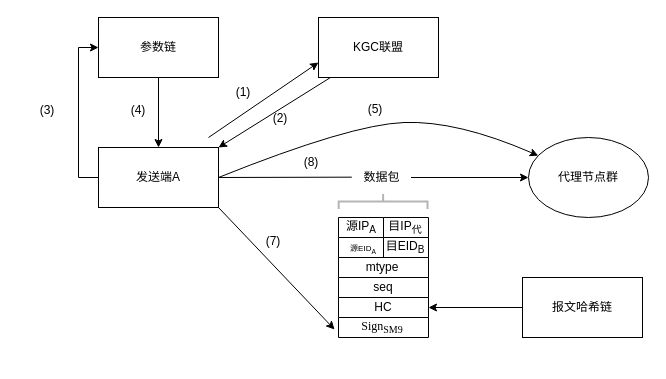
Above: page "Page-1" (1 of 2) of Untitled Diagram.drawio in asdlijinquan/- (draw.io), before the change. Source tidied: cells renumbered, new cells numbered last; positions are measured from the earlier drawing's top-left corner, leaving out a move shared by most shapes. Both pictures are drawn from the tidied source at 100%, with x=0, y=0 at pixel (17, 17).
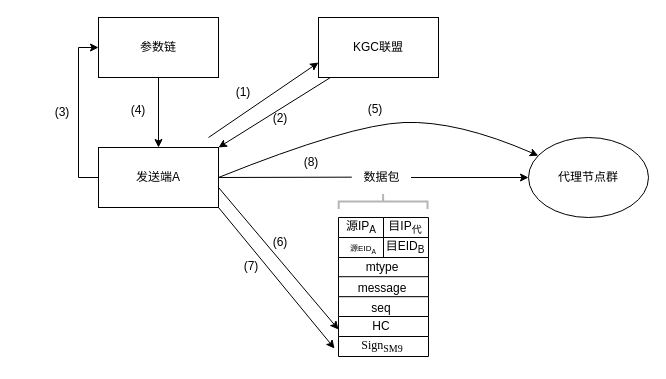
The same diagram, later.

What changed in the source:
```diff
@@
-    <mxCell id="6" style="edgeStyle=orthogonalEdgeStyle;rounded=0;jettySize=auto;html=1;" parent="1" edge="1" source="7" target="22">
-      <mxGeometry relative="1" as="geometry" />
-    </mxCell>
-    <mxCell id="7" value="报文哈希链" style="rounded=0;whiteSpace=wrap;html=1;" parent="1" vertex="1">
-      <mxGeometry x="505" y="260" width="120" height="60" as="geometry" />
-    </mxCell>
@@
     <mxCell id="21" style="verticalLabelPosition=bottom;verticalAlign=top;html=1;shape=mxgraph.basic.rect;fillColor2=none;strokeWidth=1;size=20;indent=5;" parent="1" vertex="1">
-      <mxGeometry x="321" y="260" width="90" height="20" as="geometry" />
+      <mxGeometry x="321" y="279" width="90" height="20" as="geometry" />
     </mxCell>
     <mxCell id="22" style="verticalLabelPosition=bottom;verticalAlign=top;html=1;shape=mxgraph.basic.rect;fillColor2=none;strokeWidth=1;size=20;indent=5;" parent="1" vertex="1">
-      <mxGeometry x="321" y="280" width="90" height="20" as="geometry" />
+      <mxGeometry x="321" y="299" width="90" height="20" as="geometry" />
     </mxCell>
     <mxCell id="23" style="verticalLabelPosition=bottom;verticalAlign=top;html=1;shape=mxgraph.basic.rect;fillColor2=none;strokeWidth=1;size=20;indent=5;" parent="1" vertex="1">
-      <mxGeometry x="321" y="300" width="90" height="20" as="geometry" />
+      <mxGeometry x="321" y="319" width="90" height="20" as="geometry" />
     </mxCell>
@@
     <mxCell id="30" value="seq" style="text;html=1;strokeColor=none;fillColor=none;align=center;verticalAlign=middle;whiteSpace=wrap;rounded=0;" parent="1" vertex="1">
-      <mxGeometry x="336" y="255" width="60" height="30" as="geometry" />
+      <mxGeometry x="334" y="276" width="60" height="30" as="geometry" />
     </mxCell>
     <mxCell id="31" value="HC" style="text;html=1;strokeColor=none;fillColor=none;align=center;verticalAlign=middle;whiteSpace=wrap;rounded=0;" parent="1" vertex="1">
-      <mxGeometry x="336" y="275" width="60" height="30" as="geometry" />
+      <mxGeometry x="334" y="294" width="60" height="30" as="geometry" />
     </mxCell>
     <mxCell id="32" value="&lt;font face=&quot;Times New Roman&quot;&gt;Sign&lt;sub&gt;SM9&lt;/sub&gt;&lt;/font&gt;" style="text;html=1;strokeColor=none;fillColor=none;align=center;verticalAlign=middle;whiteSpace=wrap;rounded=0;" parent="1" vertex="1">
-      <mxGeometry x="335" y="295" width="60" height="30" as="geometry" />
+      <mxGeometry x="335" y="314" width="60" height="30" as="geometry" />
     </mxCell>
@@
     <mxCell id="34" value="(3)" style="text;html=1;strokeColor=none;fillColor=none;align=center;verticalAlign=middle;whiteSpace=wrap;rounded=0;" parent="1" vertex="1">
-      <mxGeometry y="78" width="60" height="30" as="geometry" />
+      <mxGeometry x="15" y="80" width="60" height="30" as="geometry" />
     </mxCell>
@@
     <mxCell id="36" value="(7)" style="text;html=1;strokeColor=none;fillColor=none;align=center;verticalAlign=middle;whiteSpace=wrap;rounded=0;" parent="1" vertex="1">
-      <mxGeometry x="226" y="209" width="60" height="30" as="geometry" />
+      <mxGeometry x="204" y="234" width="60" height="30" as="geometry" />
     </mxCell>
@@
+    <mxCell id="41" style="endArrow=classic;html=1;rounded=0;entryX=0;entryY=0.65;entryDx=0;entryDy=0;entryPerimeter=0;" parent="1" edge="1" target="22">
+      <mxGeometry relative="1" as="geometry">
+        <mxPoint x="201" y="170" as="sourcePoint" />
+      </mxGeometry>
+    </mxCell>
+    <mxCell id="42" value="(6)" style="text;html=1;strokeColor=none;fillColor=none;align=center;verticalAlign=middle;whiteSpace=wrap;rounded=0;" parent="1" vertex="1">
+      <mxGeometry x="233" y="210" width="60" height="30" as="geometry" />
+    </mxCell>
+    <mxCell id="43" style="verticalLabelPosition=bottom;verticalAlign=top;html=1;shape=mxgraph.basic.rect;fillColor2=none;strokeWidth=1;size=20;indent=5;" parent="1" vertex="1">
+      <mxGeometry x="321" y="259.2" width="90" height="20" as="geometry" />
+    </mxCell>
+    <mxCell id="44" value="message" style="text;html=1;strokeColor=none;fillColor=none;align=center;verticalAlign=middle;whiteSpace=wrap;rounded=0;" parent="1" vertex="1">
+      <mxGeometry x="335" y="256" width="60" height="30" as="geometry" />
+    </mxCell>
```
